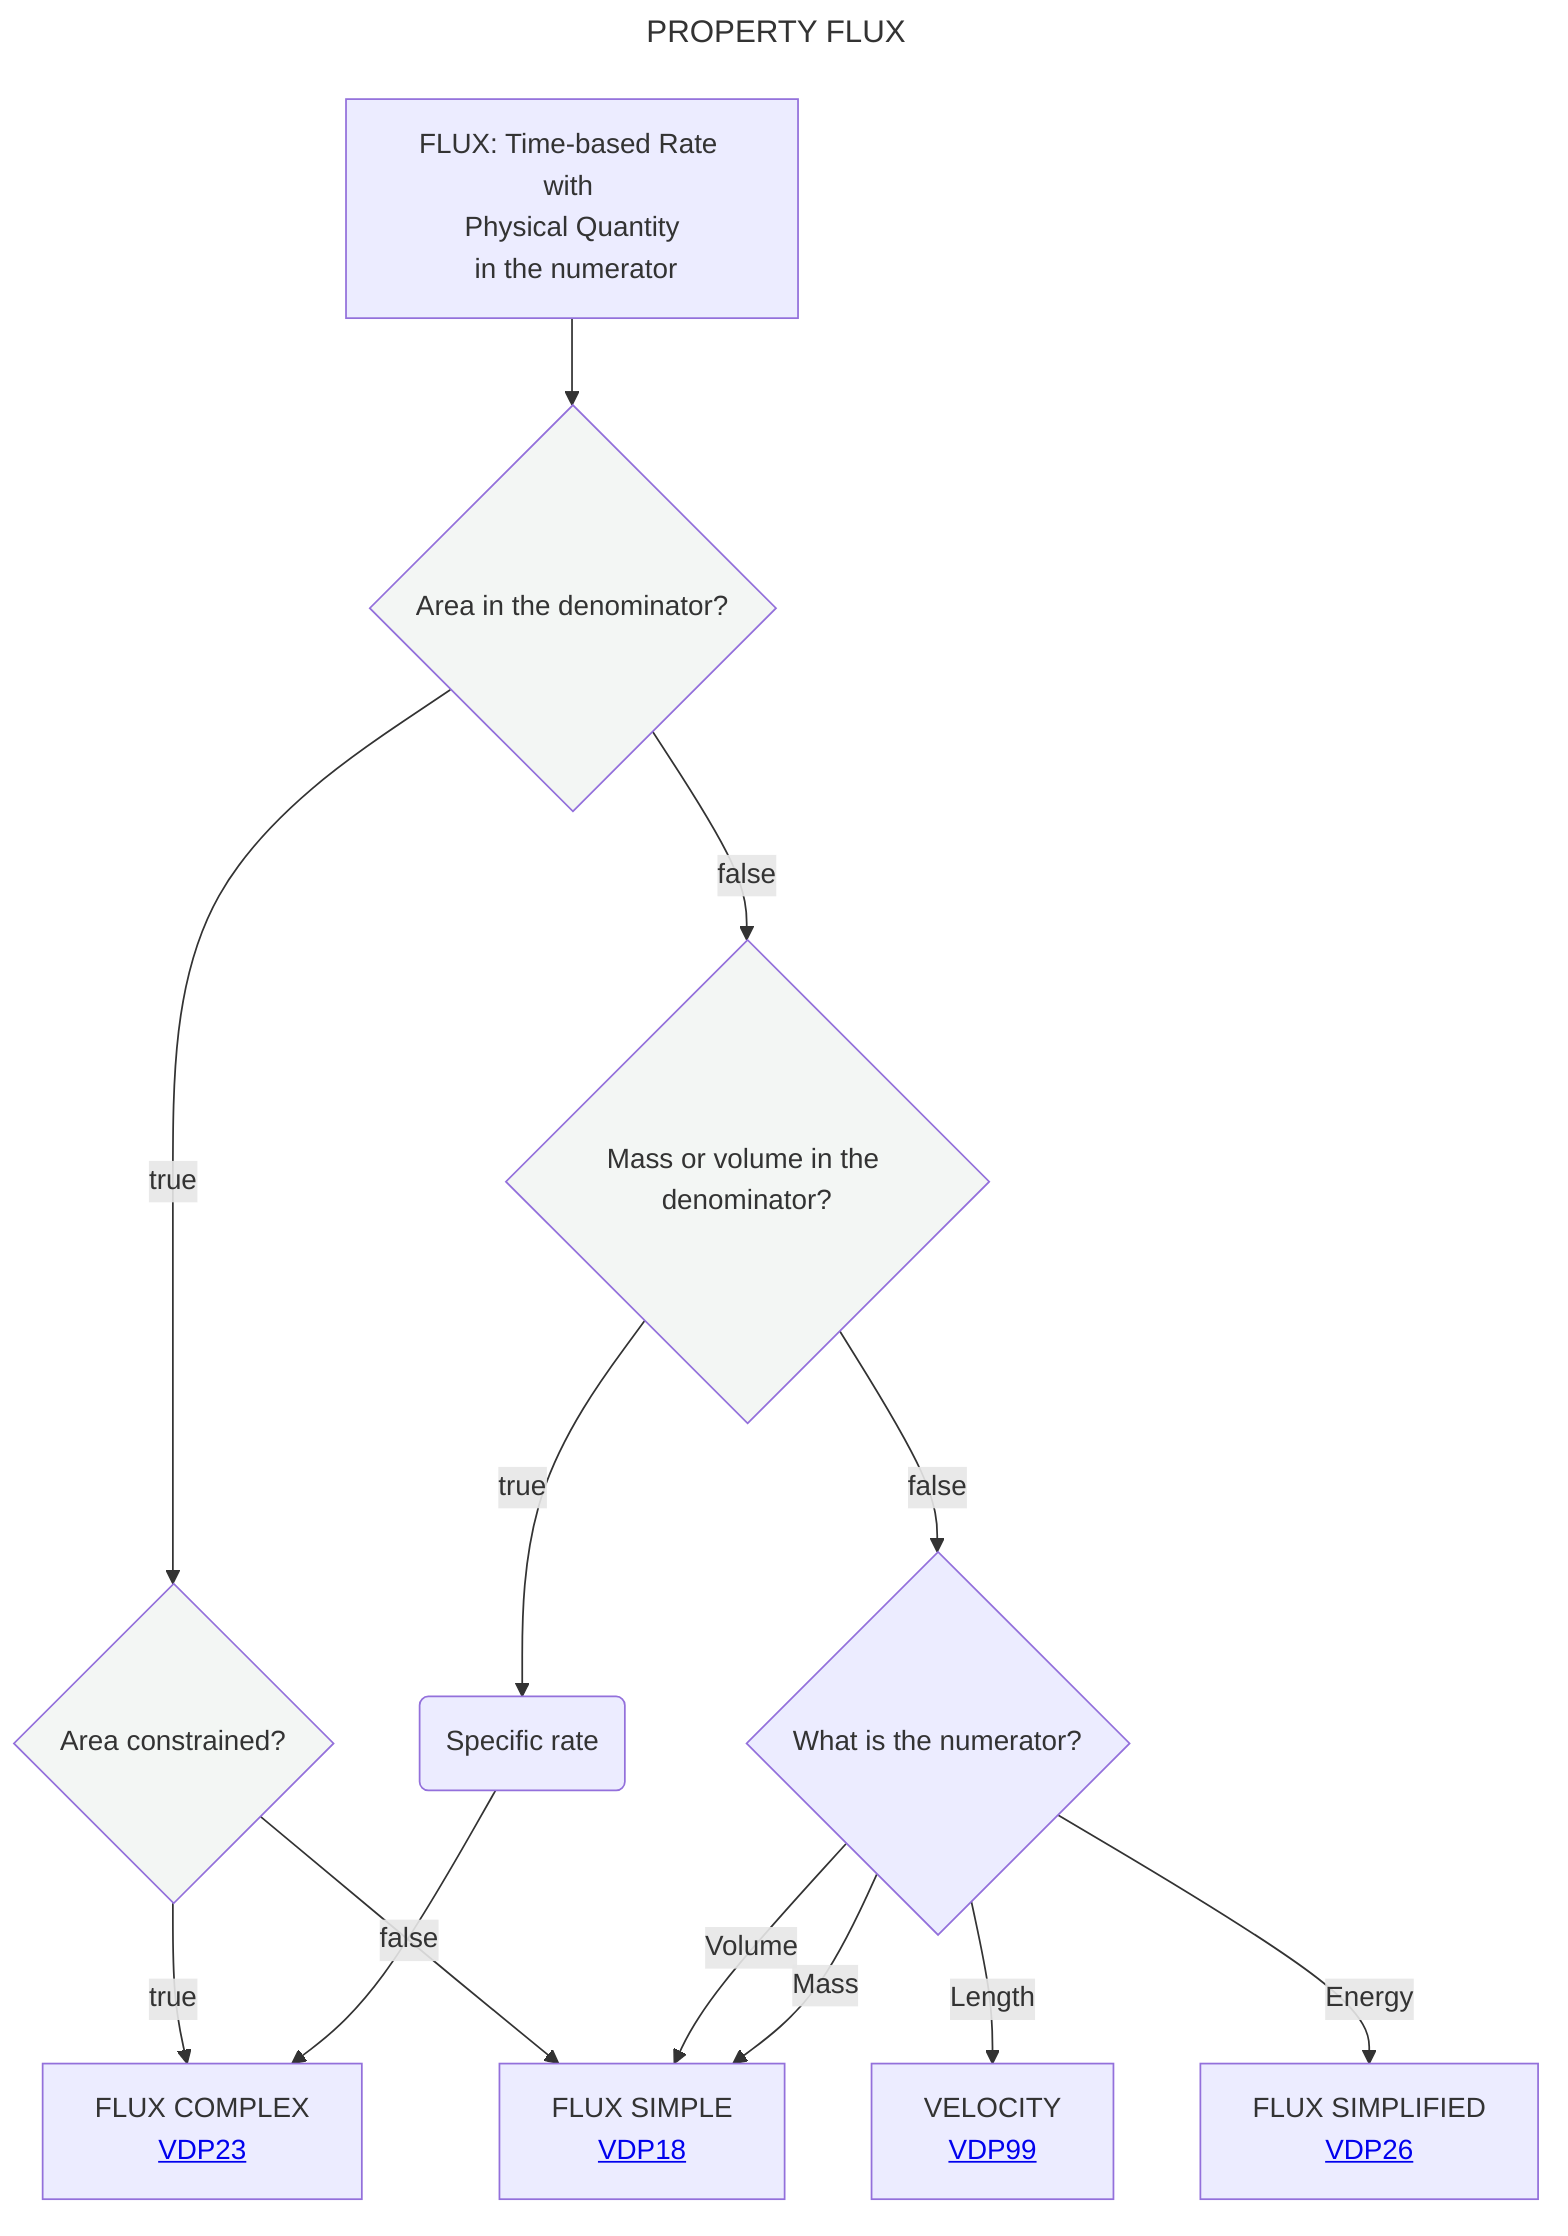
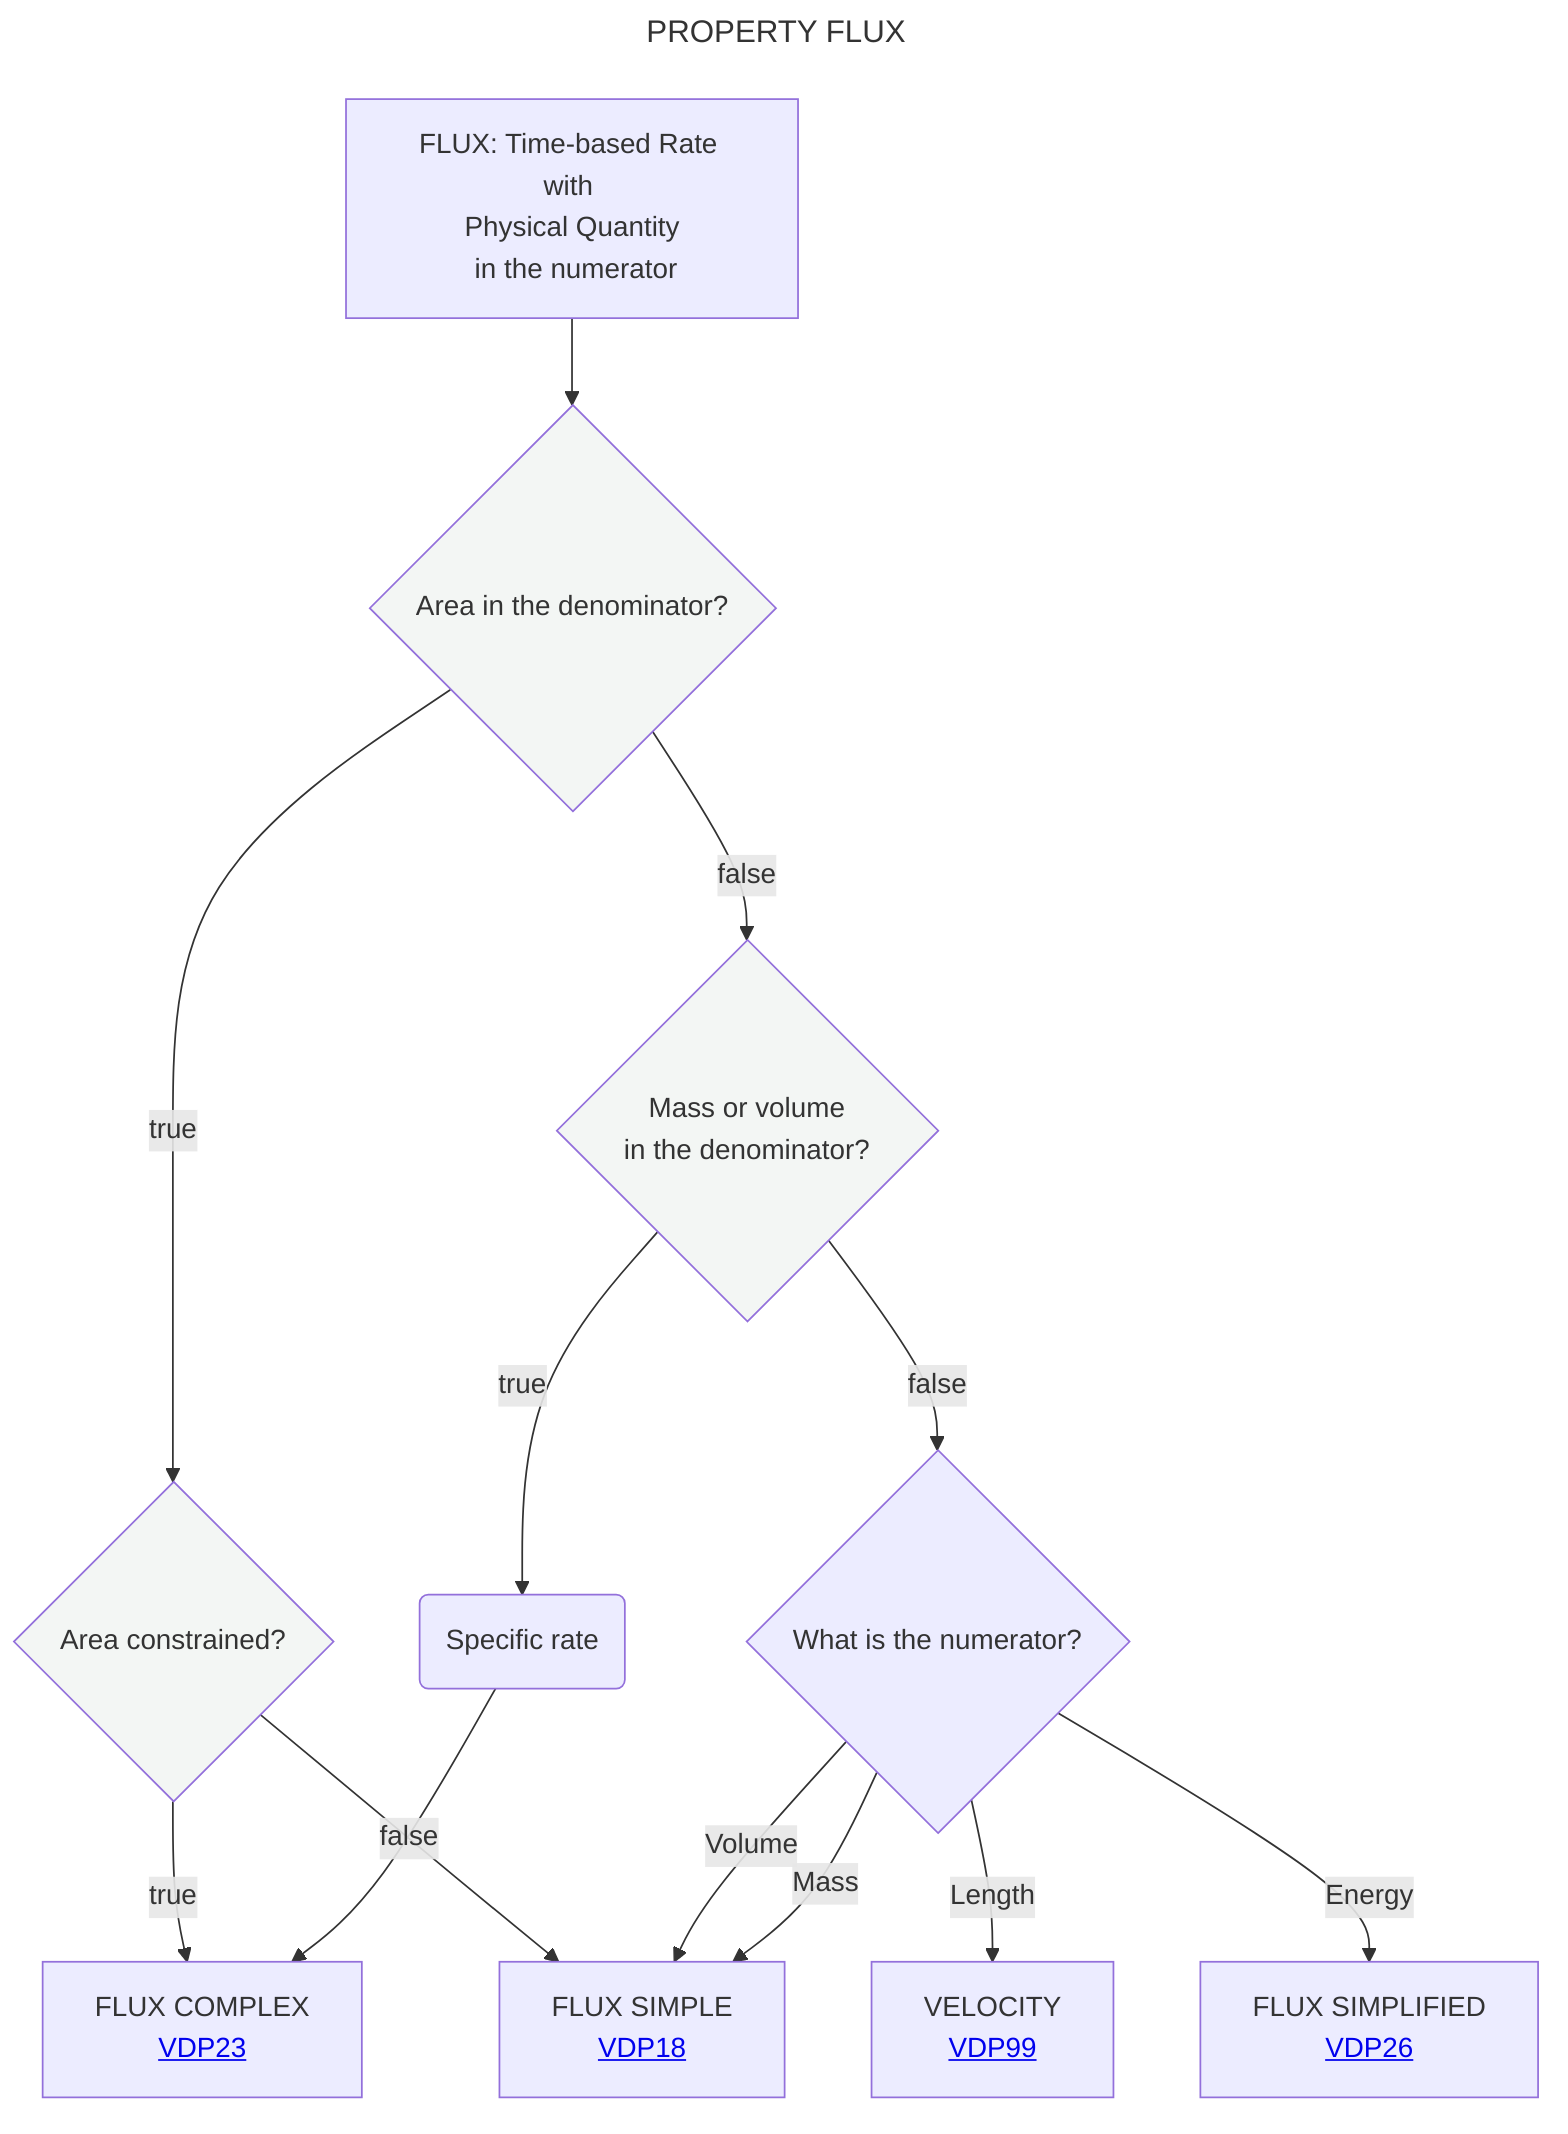
---
title: PROPERTY FLUX
---
flowchart TD
    A[FLUX: Time-based Rate with <br> Physical Quantity <br> in the numerator] --> B{Area in the denominator?}:::white
    B --> |true|F{Area constrained?}:::white
-     B --> |false|K{Mass or volume in the denominator?}:::white
+     B --> |false|K{Mass or volume <br> in the denominator?}:::white
    F --> |true|G[FLUX COMPLEX <br> <a href='https://github.com/mabablue/I-ADOPT-patterns-playground/blob/main/pattern/VDP23.yaml'>VDP23</a>]
    F --> |false|H[FLUX SIMPLE <br> <a href='https://github.com/mabablue/I-ADOPT-patterns-playground/blob/main/pattern/VDP18.yaml'>VDP18</a>]
    K --> |true|L(Specific rate)
    L --> G
    K --> |false|M{What is the numerator?}
    M -- Length --> N[VELOCITY <br> <a href='https://github.com/mabablue/I-ADOPT-patterns-playground/blob/main/pattern/VDP99.yaml'>VDP99</a]
    M -- Volume --> H
    M -- Mass --> H
    M -- Energy -->C[FLUX SIMPLIFIED <br> <a href='https://github.com/mabablue/I-ADOPT-patterns-playground/blob/main/pattern/VDP26.yaml'>VDP26</a>]
   classDef blue fill:#90D5FF
   classDef satblue fill:#57B9FF
   classDef white fill:#f3f6f4
   classDef green fill:#6aa84f
